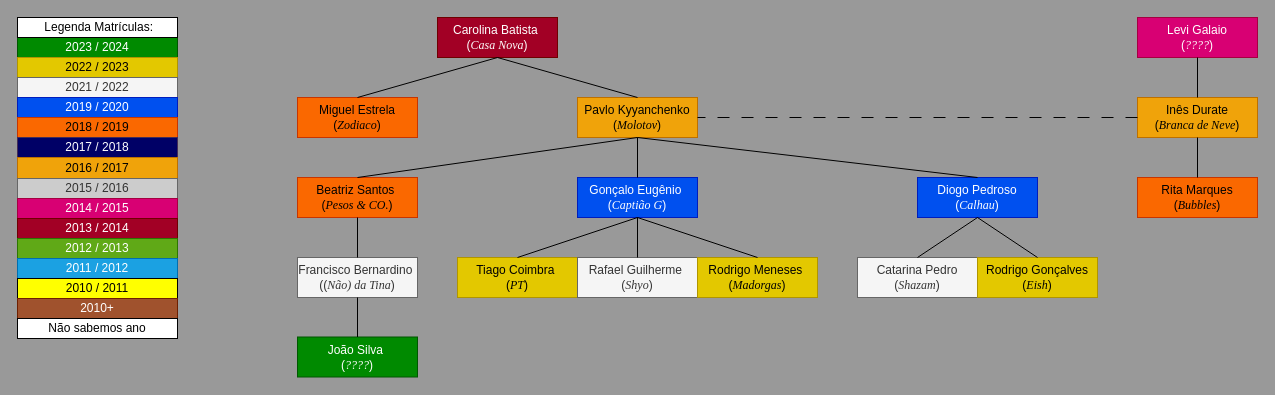
Above: Draw.io/Familia_da_Carolina_Batista.drawio in pdmtmr/PDMTMRTESTLOCATION-AKA-ARBUSTO (draw.io), before the change. Source tidied: cells renumbered, new cells numbered last; positions are measured from the earlier drawing's top-left corner, leaving out a move shared by most shapes. Both pictures are drawn from the tidied source at 100%, with x=0, y=0 at pixel (17, 17).
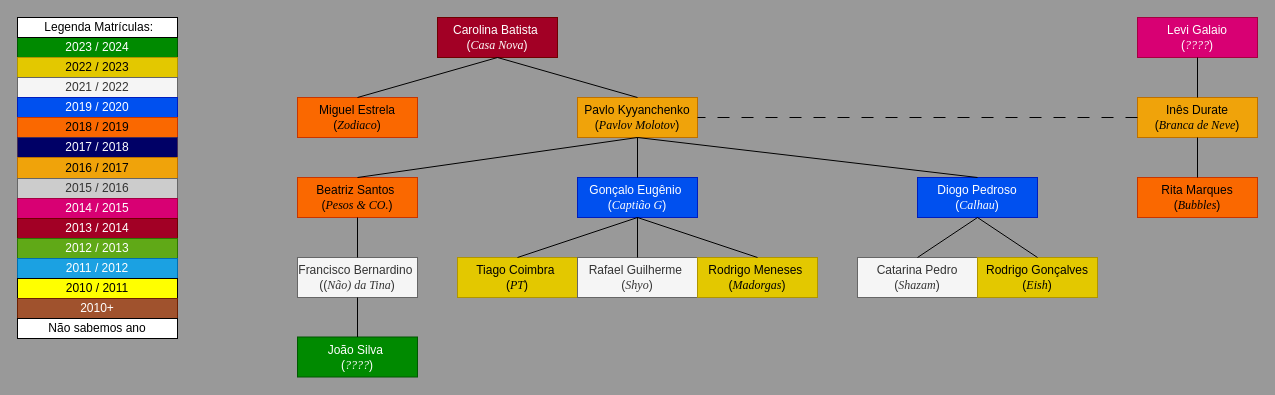
Above is the later version.

What changed in the source:
```diff
@@
-    <mxCell id="17" value="&lt;div&gt;Pavlo Kyyanchenko&lt;/div&gt;&lt;div&gt;&lt;span style=&quot;background-color: initial;&quot;&gt;(&lt;font face=&quot;Times New Roman&quot;&gt;&lt;i&gt;Molotov&lt;/i&gt;&lt;/font&gt;&lt;/span&gt;&lt;span style=&quot;background-color: initial;&quot;&gt;)&lt;/span&gt;&lt;/div&gt;" style="rounded=0;whiteSpace=wrap;html=1;fillColor=#f0a30a;fontColor=#000000;strokeColor=#BD7000;" parent="1" vertex="1">
+    <mxCell id="17" value="&lt;div&gt;Pavlo Kyyanchenko&lt;/div&gt;&lt;div&gt;&lt;span style=&quot;background-color: initial;&quot;&gt;(&lt;font face=&quot;Times New Roman&quot;&gt;&lt;i&gt;Pavlov Molotov&lt;/i&gt;&lt;/font&gt;&lt;/span&gt;&lt;span style=&quot;background-color: initial;&quot;&gt;)&lt;/span&gt;&lt;/div&gt;" style="rounded=0;whiteSpace=wrap;html=1;fillColor=#f0a30a;fontColor=#000000;strokeColor=#BD7000;" parent="1" vertex="1">
       <mxGeometry x="560" y="80" width="120" height="40" as="geometry" />
     </mxCell>
```
